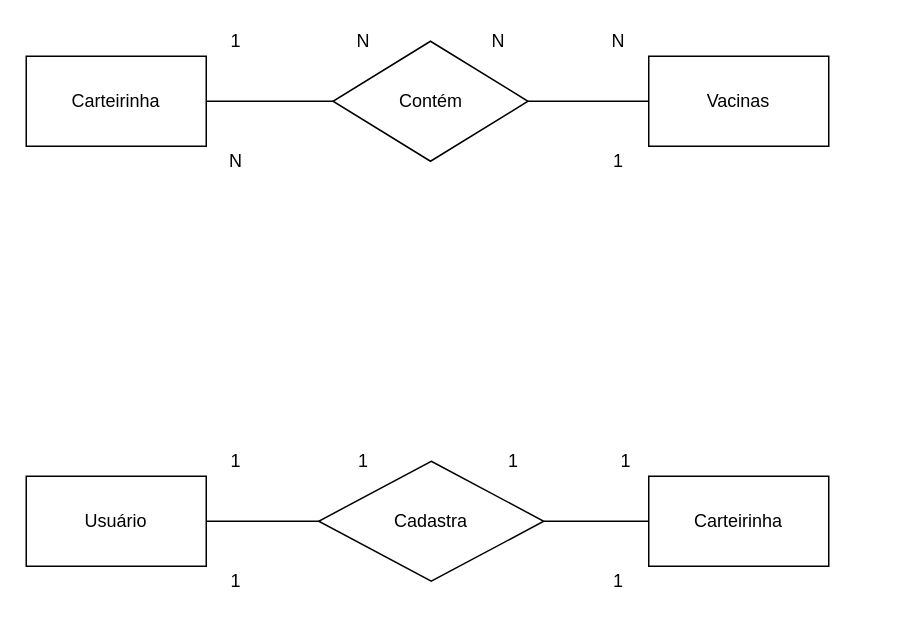
The draw.io diagram documentacao/mer.drawio in Carlozo/Vaprotec-carteira-de-vacina-digital, before the edit. Source tidied: cells renumbered, new cells numbered last; positions are measured from the earlier drawing's top-left corner, leaving out a move shared by most shapes. Both pictures are drawn from the tidied source at 150%, with x=0, y=0 at pixel (26, 26).
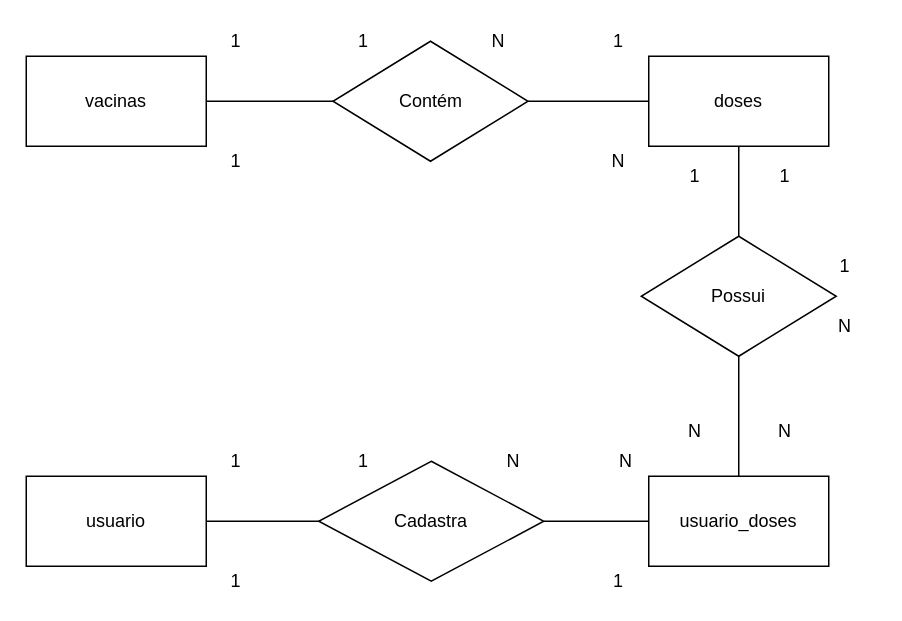
The same diagram, later.

What changed in the source:
```diff
@@
-    <mxCell id="2" value="Usuário" style="rounded=0;whiteSpace=wrap;html=1;" parent="1" vertex="1">
+    <mxCell id="2" value="usuario" style="rounded=0;whiteSpace=wrap;html=1;" parent="1" vertex="1">
       <mxGeometry y="300" width="120" height="60" as="geometry" />
     </mxCell>
-    <mxCell id="3" value="Vacinas" style="rounded=0;whiteSpace=wrap;html=1;" parent="1" vertex="1">
+    <mxCell id="3" value="doses" style="rounded=0;whiteSpace=wrap;html=1;" parent="1" vertex="1">
       <mxGeometry x="415" y="20" width="120" height="60" as="geometry" />
     </mxCell>
-    <mxCell id="4" value="Carteirinha" style="rounded=0;whiteSpace=wrap;html=1;" parent="1" vertex="1">
+    <mxCell id="4" value="usuario_doses" style="rounded=0;whiteSpace=wrap;html=1;" parent="1" vertex="1">
       <mxGeometry x="415" y="300" width="120" height="60" as="geometry" />
     </mxCell>
@@
-    <mxCell id="7" value="1" style="text;html=1;strokeColor=none;fillColor=none;align=center;verticalAlign=middle;whiteSpace=wrap;rounded=0;" parent="1" vertex="1">
+    <mxCell id="7" value="N" style="text;html=1;strokeColor=none;fillColor=none;align=center;verticalAlign=middle;whiteSpace=wrap;rounded=0;" parent="1" vertex="1">
       <mxGeometry x="380" y="280" width="40" height="20" as="geometry" />
     </mxCell>
@@
-    <mxCell id="10" value="Carteirinha" style="rounded=0;whiteSpace=wrap;html=1;" parent="1" vertex="1">
+    <mxCell id="10" value="vacinas" style="rounded=0;whiteSpace=wrap;html=1;" parent="1" vertex="1">
       <mxGeometry y="20" width="120" height="60" as="geometry" />
     </mxCell>
@@
-    <mxCell id="13" value="N" style="text;html=1;strokeColor=none;fillColor=none;align=center;verticalAlign=middle;whiteSpace=wrap;rounded=0;" parent="1" vertex="1">
+    <mxCell id="13" value="1" style="text;html=1;strokeColor=none;fillColor=none;align=center;verticalAlign=middle;whiteSpace=wrap;rounded=0;" parent="1" vertex="1">
       <mxGeometry x="375" width="40" height="20" as="geometry" />
     </mxCell>
-    <mxCell id="14" value="1" style="text;html=1;strokeColor=none;fillColor=none;align=center;verticalAlign=middle;whiteSpace=wrap;rounded=0;" parent="1" vertex="1">
+    <mxCell id="14" value="N" style="text;html=1;strokeColor=none;fillColor=none;align=center;verticalAlign=middle;whiteSpace=wrap;rounded=0;" parent="1" vertex="1">
       <mxGeometry x="375" y="80" width="40" height="20" as="geometry" />
     </mxCell>
-    <mxCell id="15" value="N" style="text;html=1;strokeColor=none;fillColor=none;align=center;verticalAlign=middle;whiteSpace=wrap;rounded=0;" parent="1" vertex="1">
+    <mxCell id="15" value="1" style="text;html=1;strokeColor=none;fillColor=none;align=center;verticalAlign=middle;whiteSpace=wrap;rounded=0;" parent="1" vertex="1">
       <mxGeometry x="120" y="80" width="40" height="20" as="geometry" />
     </mxCell>
-    <mxCell id="16" value="N" style="text;html=1;strokeColor=none;fillColor=none;align=center;verticalAlign=middle;whiteSpace=wrap;rounded=0;" parent="1" vertex="1">
+    <mxCell id="16" value="1" style="text;html=1;strokeColor=none;fillColor=none;align=center;verticalAlign=middle;whiteSpace=wrap;rounded=0;" parent="1" vertex="1">
       <mxGeometry x="204.5" width="40" height="20" as="geometry" />
     </mxCell>
@@
-    <mxCell id="23" value="1" style="text;html=1;strokeColor=none;fillColor=none;align=center;verticalAlign=middle;whiteSpace=wrap;rounded=0;" parent="1" vertex="1">
+    <mxCell id="23" value="N" style="text;html=1;strokeColor=none;fillColor=none;align=center;verticalAlign=middle;whiteSpace=wrap;rounded=0;" parent="1" vertex="1">
       <mxGeometry x="305" y="280" width="40" height="20" as="geometry" />
     </mxCell>
+    <mxCell id="24" value="Possui" style="rhombus;whiteSpace=wrap;html=1;" parent="1" vertex="1">
+      <mxGeometry x="410" y="140" width="130" height="80" as="geometry" />
+    </mxCell>
+    <mxCell id="25" style="endArrow=none;html=1;entryX=0.5;entryY=1;entryDx=0;entryDy=0;exitX=0.5;exitY=0;exitDx=0;exitDy=0;" parent="1" edge="1" source="24" target="3">
+      <mxGeometry relative="1" as="geometry" />
+    </mxCell>
+    <mxCell id="26" style="endArrow=none;html=1;entryX=0.5;entryY=1;entryDx=0;entryDy=0;exitX=0.5;exitY=0;exitDx=0;exitDy=0;" parent="1" edge="1" source="4" target="24">
+      <mxGeometry relative="1" as="geometry" />
+    </mxCell>
+    <mxCell id="27" value="N" style="text;html=1;strokeColor=none;fillColor=none;align=center;verticalAlign=middle;whiteSpace=wrap;rounded=0;" parent="1" vertex="1">
+      <mxGeometry x="486" y="260" width="40" height="20" as="geometry" />
+    </mxCell>
+    <mxCell id="28" value="N" style="text;html=1;strokeColor=none;fillColor=none;align=center;verticalAlign=middle;whiteSpace=wrap;rounded=0;" parent="1" vertex="1">
+      <mxGeometry x="526" y="190" width="40" height="20" as="geometry" />
+    </mxCell>
+    <mxCell id="29" value="N" style="text;html=1;strokeColor=none;fillColor=none;align=center;verticalAlign=middle;whiteSpace=wrap;rounded=0;" parent="1" vertex="1">
+      <mxGeometry x="426" y="260" width="40" height="20" as="geometry" />
+    </mxCell>
+    <mxCell id="30" value="1" style="text;html=1;strokeColor=none;fillColor=none;align=center;verticalAlign=middle;whiteSpace=wrap;rounded=0;" parent="1" vertex="1">
+      <mxGeometry x="486" y="90" width="40" height="20" as="geometry" />
+    </mxCell>
+    <mxCell id="31" value="1" style="text;html=1;strokeColor=none;fillColor=none;align=center;verticalAlign=middle;whiteSpace=wrap;rounded=0;" parent="1" vertex="1">
+      <mxGeometry x="526" y="150" width="40" height="20" as="geometry" />
+    </mxCell>
+    <mxCell id="32" value="1" style="text;html=1;strokeColor=none;fillColor=none;align=center;verticalAlign=middle;whiteSpace=wrap;rounded=0;" parent="1" vertex="1">
+      <mxGeometry x="426" y="90" width="40" height="20" as="geometry" />
+    </mxCell>
```
